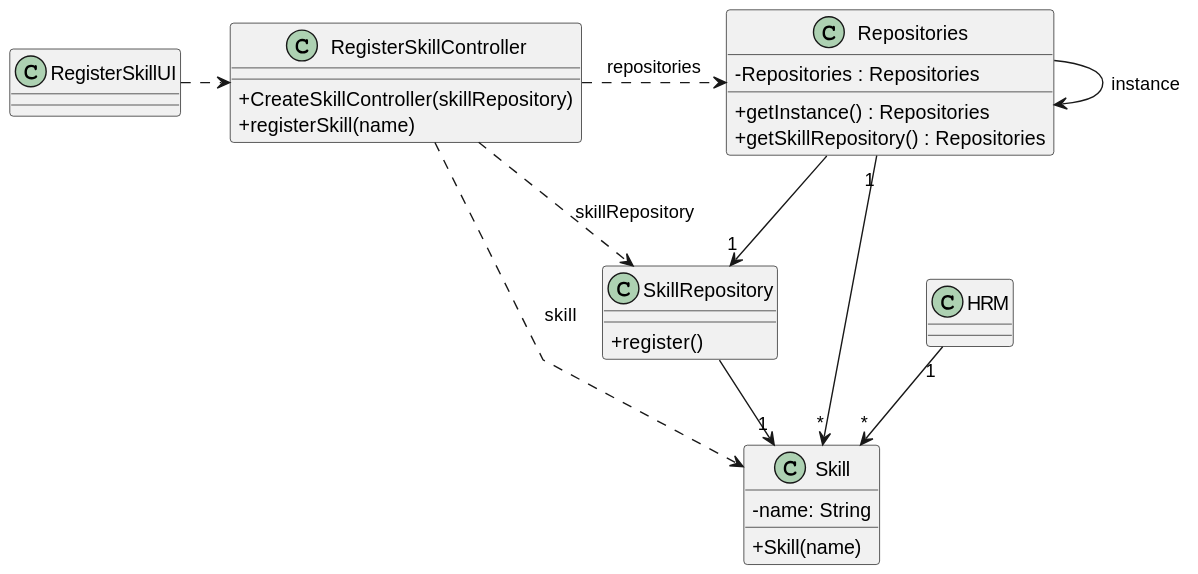
Above: docs/sprintB/us001/03.design/svg/us001-class-diagram.svg in diogoveirospro/lei-24-s2-1dg-g072 (PlantUML), before the change.
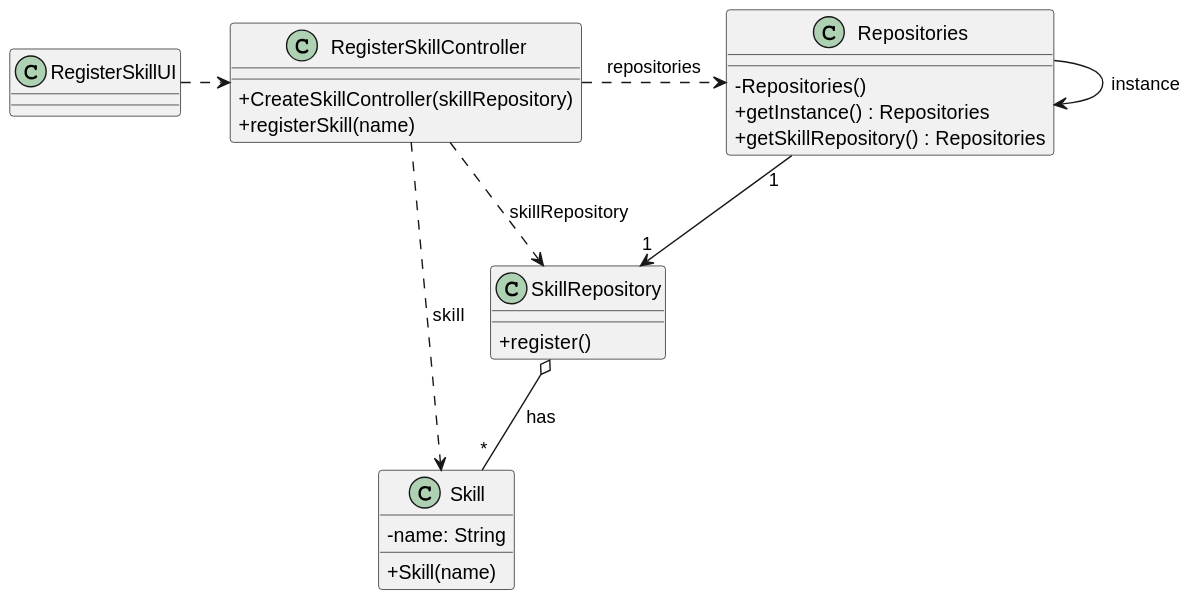
Later version of the same file.

Diff of the diagram source:
```diff
@@ -12,8 +12,6 @@
     + Skill(name)
 }
 
-class HRM {
-}
 
 class RegisterSkillUI {
 
@@ -25,7 +23,7 @@
 }
 
 class Repositories {
-    - Repositories : Repositories
+    - Repositories()
     + getInstance() : Repositories
     + getSkillRepository() : Repositories
 }
@@ -35,13 +33,11 @@
 }
 
 
-HRM "1" --> "*" Skill
-Repositories "1" --> "*" Skill
 RegisterSkillUI .> RegisterSkillController
 RegisterSkillController .> Repositories : repositories
 Repositories --> Repositories : instance
-Repositories --> "1" SkillRepository
-SkillRepository --> "1" Skill
+Repositories "1" --> "1" SkillRepository
+SkillRepository o-- "*" Skill : has
 RegisterSkillController .> SkillRepository : skillRepository
 RegisterSkillController .> Skill : skill
 @enduml
```
